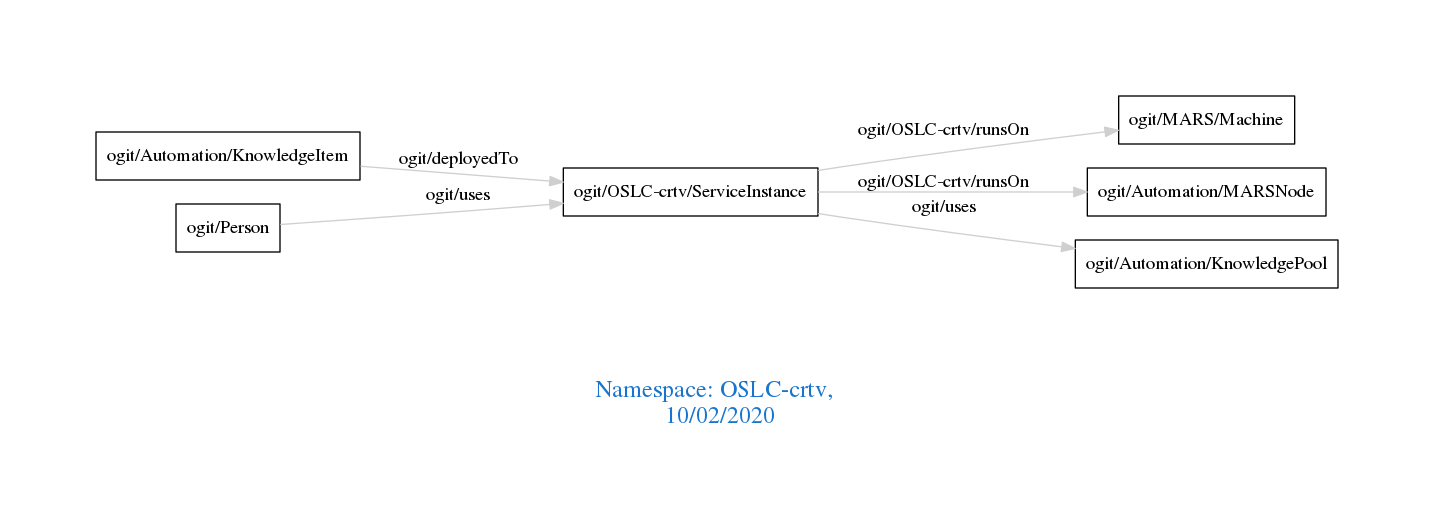
The Graphviz diagram downloads/OSLC-crtv.png in arago/OGIT, before a commit. Its source is kept beside it as downloads/OSLC-crtv.dot.
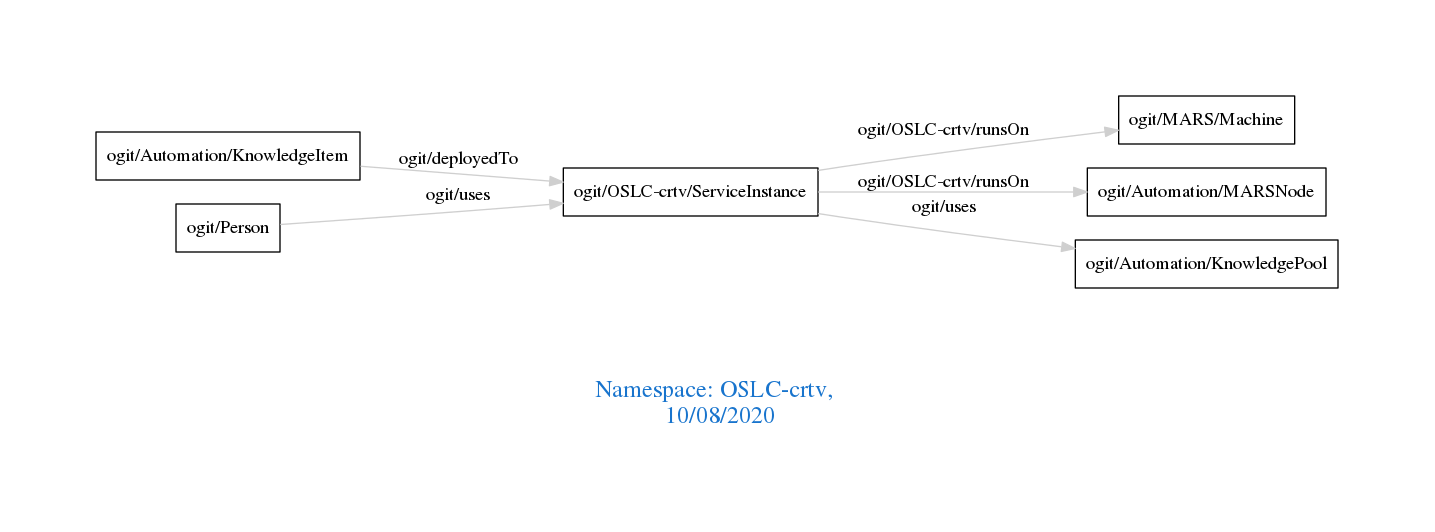
Above is the later version.

Change to the diagram source:
```diff
@@ -1,7 +1,7 @@
 digraph OGIT_ontology {
  graph [ rankdir= LR,pad=1
 fontsize = 18,
-fontcolor= dodgerblue3,label = "\n\n\nNamespace: OSLC-crtv, \n 10/02/2020"];
+fontcolor= dodgerblue3,label = "\n\n\nNamespace: OSLC-crtv, \n 10/08/2020"];
 node[shape=polygon];
 edge [  color="gray81"];
 
```
